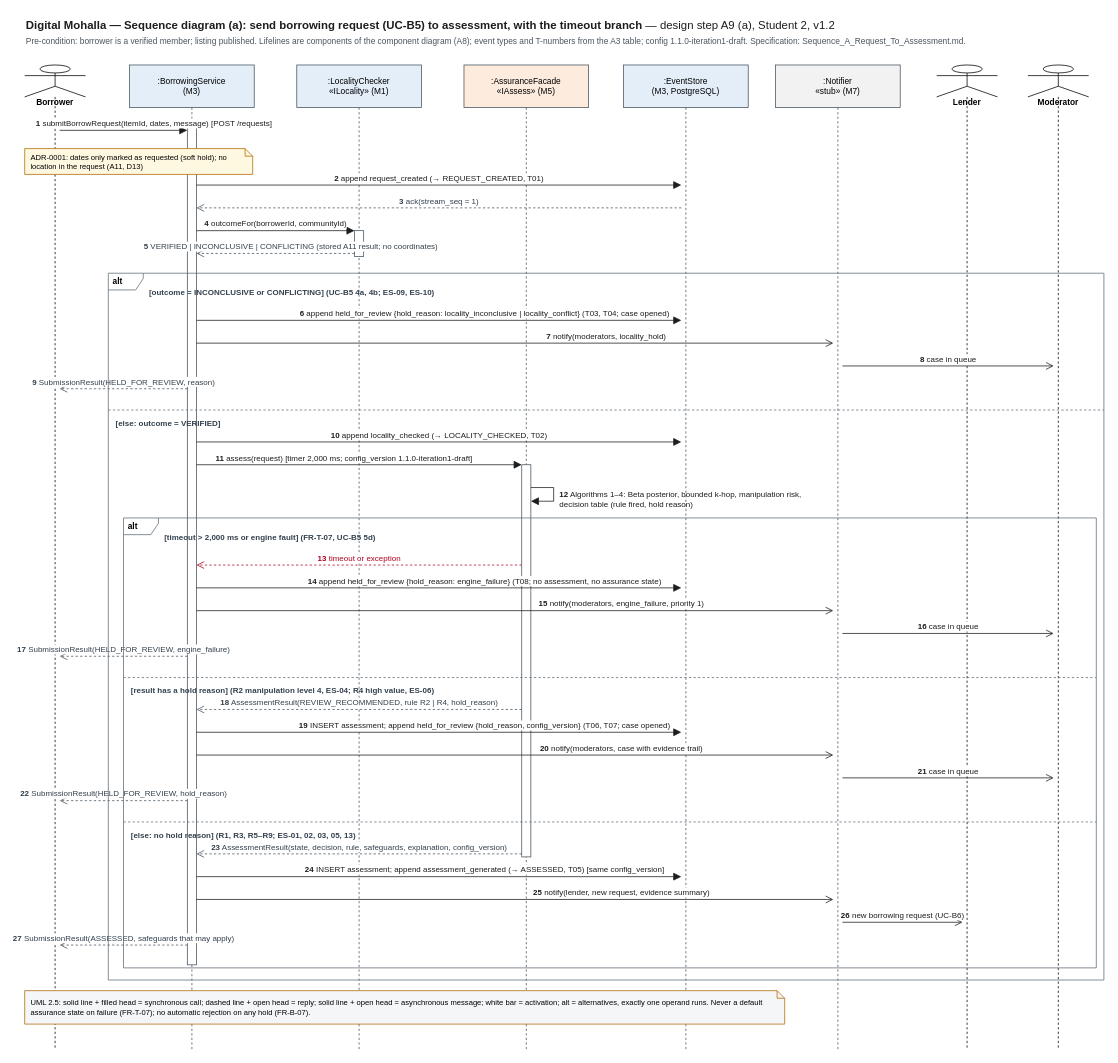
Areeba444/DigitalMohalla keeps this draw.io diagram as docs/design/08_sequence_diagrams/sequence_a_request_to_assessment.drawio. Above is the earlier version. Source tidied: cells renumbered, new cells numbered last; positions are measured from the earlier drawing's top-left corner, leaving out a move shared by most shapes. Both pictures are drawn from the tidied source at 76%, with x=0, y=0 at pixel (24, 13).
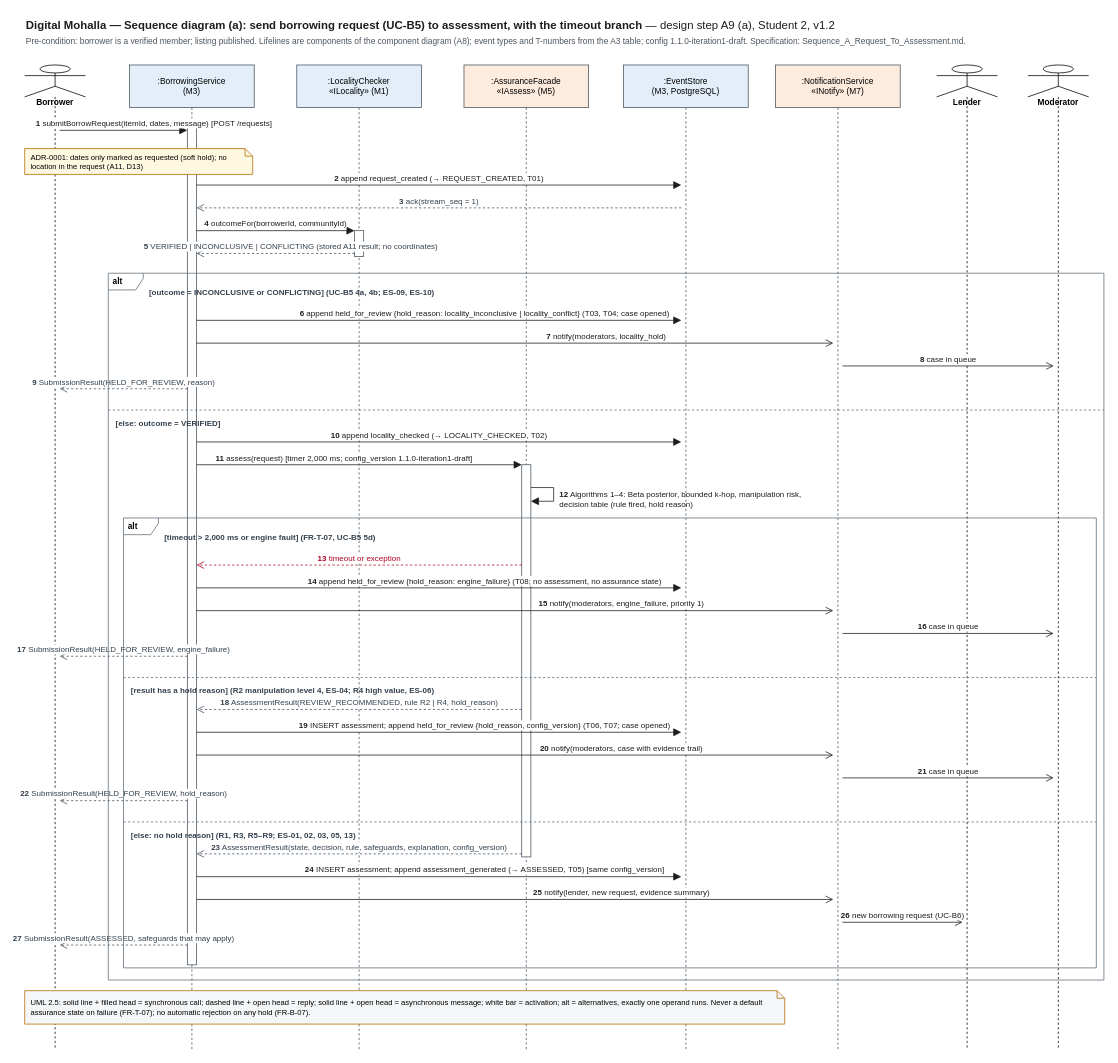
After the change.

The edit, as a diff of the source:
```diff
@@
-    <mxCell id="7" value=":Notifier&lt;br&gt;&amp;#171;stub&amp;#187; (M7)" style="shape=umlLifeline;perimeter=lifelinePerimeter;whiteSpace=wrap;html=1;size=56;fontSize=11;fillColor=#F2F2F2;strokeColor=#46535F;" parent="1" vertex="1">
+    <mxCell id="7" value=":NotificationService&lt;br&gt;&amp;#171;INotify&amp;#187; (M7)" style="shape=umlLifeline;perimeter=lifelinePerimeter;whiteSpace=wrap;html=1;size=56;fontSize=11;fillColor=#FDEBDD;strokeColor=#46535F;" parent="1" vertex="1">
       <mxGeometry x="988" y="68" width="164" height="1296" as="geometry" />
     </mxCell>
```
